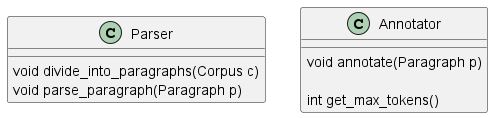
The PlantUML diagram docs/design/images/class_manipulators.png in parkchamchi/GlossySnake, before a commit.
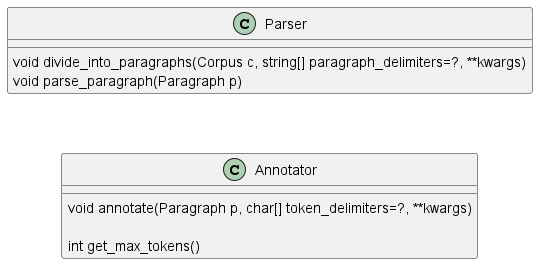
Above is the later version.

Diff of the diagram source:
```diff
@@ -1,14 +1,16 @@
 @startuml
 
 class Parser {
-	void divide_into_paragraphs(Corpus c)
+	void divide_into_paragraphs(Corpus c, string[] paragraph_delimiters=?, **kwargs)
 	void parse_paragraph(Paragraph p)
 }
 
 class Annotator {
-	void annotate(Paragraph p)
+	void annotate(Paragraph p, char[] token_delimiters=?, **kwargs)
 
 	int get_max_tokens()
 }
 
+Parser -[hidden]-> Annotator
+
 @enduml
```
